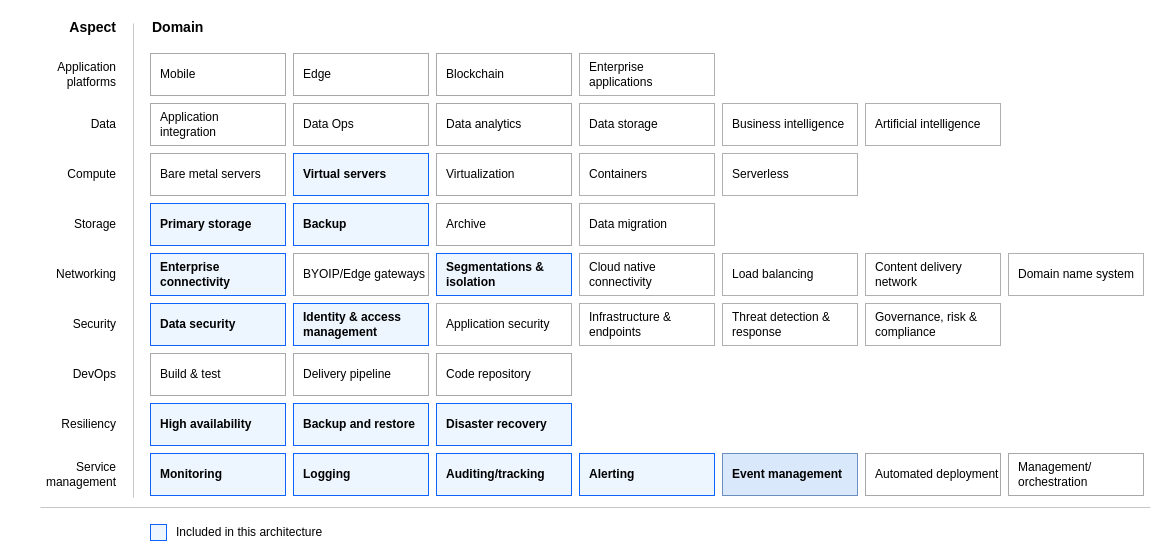
The draw.io diagram image/heat-map-veeam.drawio in ibm-cloud-docs/vmware-cross-region-dr, before the edit. Source tidied: cells renumbered, new cells numbered last; positions are measured from the earlier drawing's top-left corner, leaving out a move shared by most shapes. Both pictures are drawn from the tidied source at 100%, with x=0, y=0 at pixel (17, 17).
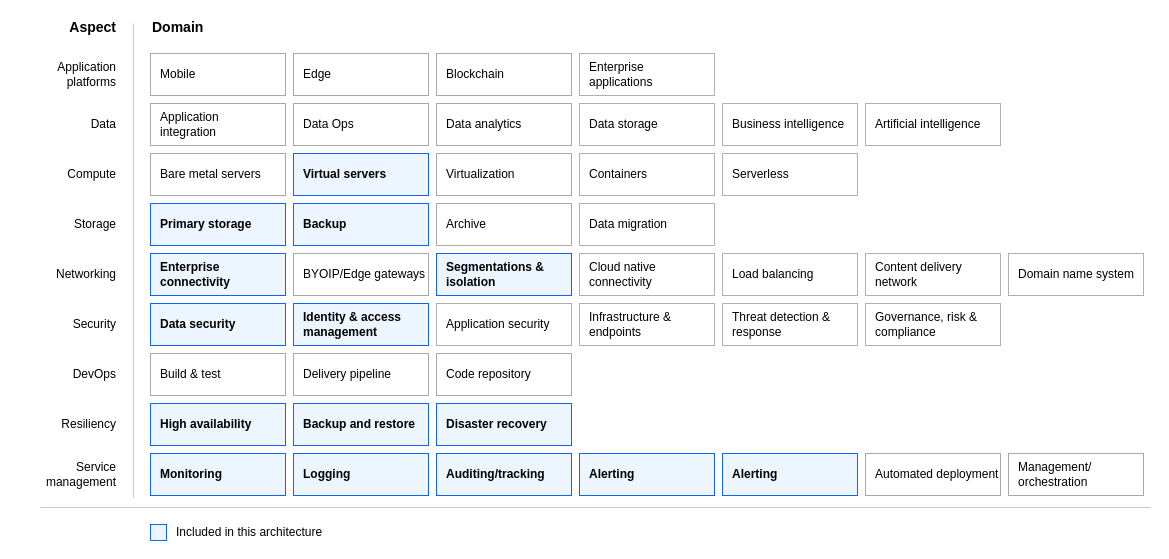
The same page after the edit.

Commit message (it also covers changes not shown here):
color pallets changes

What changed in the source:
```diff
@@
-    <mxCell id="43" value="Event management" style="rounded=0;whiteSpace=wrap;html=1;strokeColor=#6c8ebf;align=left;spacingLeft=8;fontFamily=IBM Plex Sans;fillColor=#dae8fc;fontStyle=1;" parent="1" vertex="1">
-      <mxGeometry x="705" y="436" width="135" height="42" as="geometry" />
-    </mxCell>
@@
+    <mxCell id="62" value="&lt;b&gt;Alerting&lt;/b&gt;" style="rounded=0;whiteSpace=wrap;html=1;strokeColor=#0E62FD;align=left;spacingLeft=8;fontFamily=IBM Plex Sans;fillColor=#EDF5FF;fontStyle=0;" parent="1" vertex="1">
+      <mxGeometry x="705" y="436" width="135" height="42" as="geometry" />
+    </mxCell>
```
